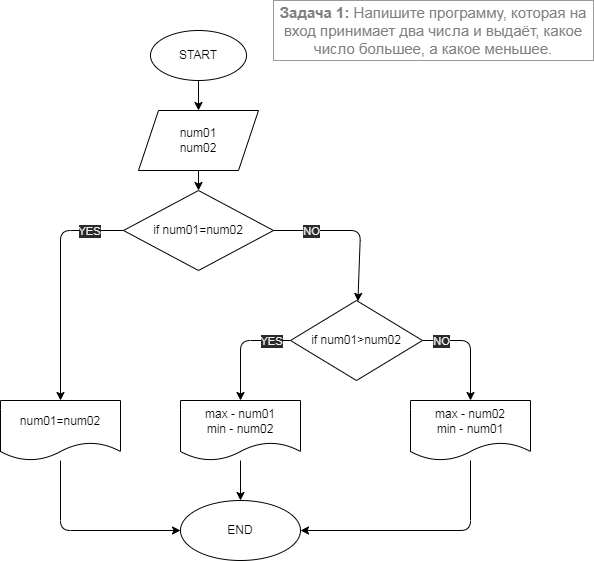
This is sem01/HW_11/hw01.drawio.png from NikolayBar/GB_C-_course, a draw.io export, as it was before one commit. Source tidied: cells renumbered, new cells last; positions are measured from the earlier drawing's top-left corner, leaving out a move shared by most shapes.
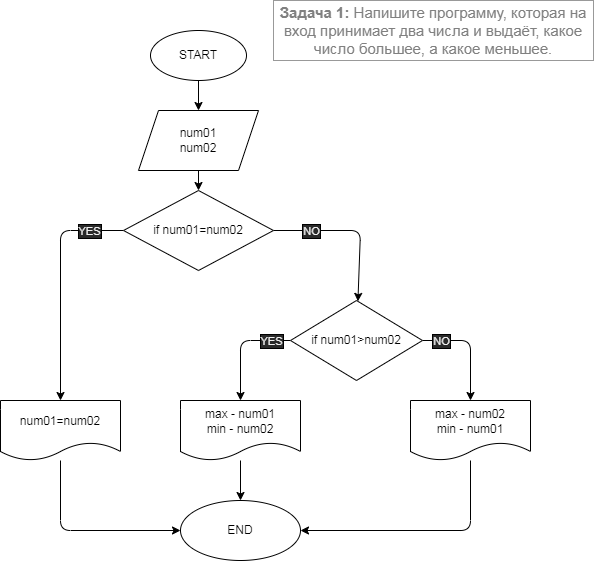
The same diagram one commit later.

Commit message:
add code in HW_11 ver1

What changed in the source:
```diff
@@ -24,7 +24,7 @@
         </Array>
       </mxGeometry>
     </mxCell>
-    <mxCell id="8" value="YES" style="edgeLabel;html=1;align=center;verticalAlign=middle;fontColor=#F0F0F0;labelBackgroundColor=#2A2A2A;" parent="7" vertex="1">
+    <mxCell id="8" value="YES" style="edgeLabel;html=1;align=center;verticalAlign=middle;fontColor=#F0F0F0;labelBackgroundColor=#2A2A2A;labelBorderColor=default;" parent="7" vertex="1">
       <mxGeometry x="-0.42" y="1" relative="1" as="geometry">
         <mxPoint x="12" y="-1" as="offset" />
       </mxGeometry>
@@ -36,7 +36,7 @@
         </Array>
       </mxGeometry>
     </mxCell>
-    <mxCell id="10" value="NO" style="edgeLabel;html=1;align=center;verticalAlign=middle;fontColor=#F0F0F0;labelBackgroundColor=#2A2A2A;" parent="9" vertex="1">
+    <mxCell id="10" value="NO" style="edgeLabel;html=1;align=center;verticalAlign=middle;fontColor=#F0F0F0;labelBackgroundColor=#2A2A2A;labelBorderColor=default;" parent="9" vertex="1">
       <mxGeometry x="-0.4" relative="1" as="geometry">
         <mxPoint x="-15" as="offset" />
       </mxGeometry>
@@ -67,7 +67,7 @@
         </Array>
       </mxGeometry>
     </mxCell>
-    <mxCell id="17" value="NO" style="edgeLabel;html=1;align=center;verticalAlign=middle;fontColor=#F0F0F0;labelBackgroundColor=#2A2A2A;" parent="16" vertex="1">
+    <mxCell id="17" value="NO" style="edgeLabel;html=1;align=center;verticalAlign=middle;fontColor=#F0F0F0;labelBackgroundColor=#2A2A2A;labelBorderColor=default;" parent="16" vertex="1">
       <mxGeometry x="-0.72" y="-1" relative="1" as="geometry">
         <mxPoint x="15" y="-1" as="offset" />
       </mxGeometry>
@@ -79,7 +79,7 @@
         </Array>
       </mxGeometry>
     </mxCell>
-    <mxCell id="19" value="YES" style="edgeLabel;html=1;align=center;verticalAlign=middle;fontColor=#F0F0F0;labelBackgroundColor=#2A2A2A;" parent="18" vertex="1">
+    <mxCell id="19" value="YES" style="edgeLabel;html=1;align=center;verticalAlign=middle;fontColor=#F0F0F0;labelBackgroundColor=#2A2A2A;labelBorderColor=default;" parent="18" vertex="1">
       <mxGeometry x="-0.7" relative="1" as="geometry" />
     </mxCell>
     <mxCell id="20" value="if num01=num02" style="rhombus;whiteSpace=wrap;html=1;labelBackgroundColor=default;" parent="1" vertex="1">
```
